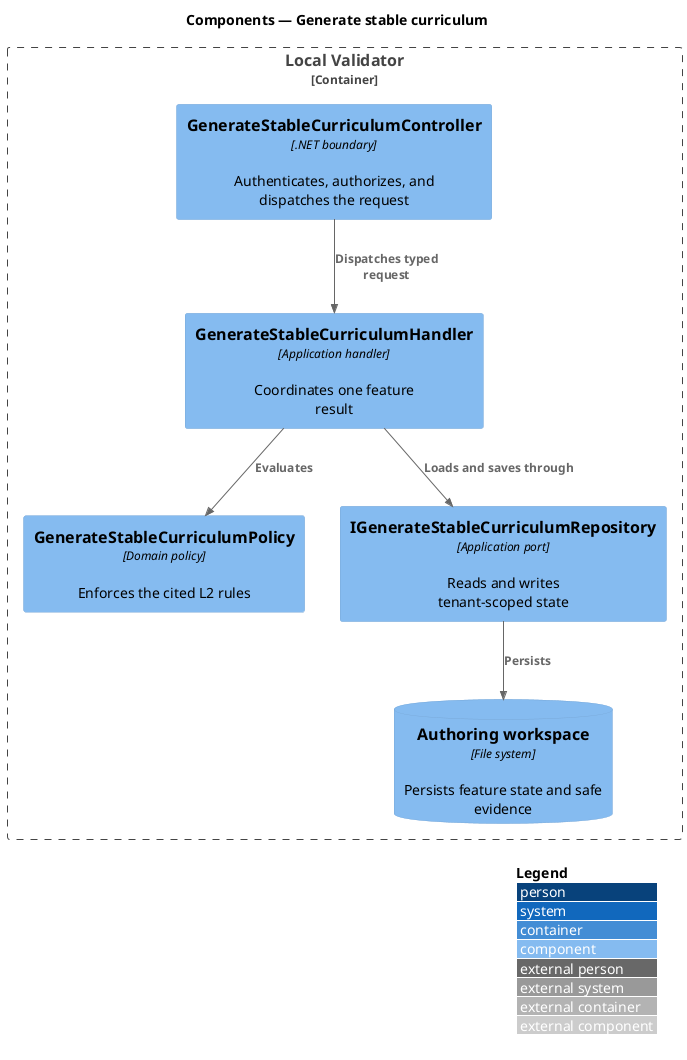
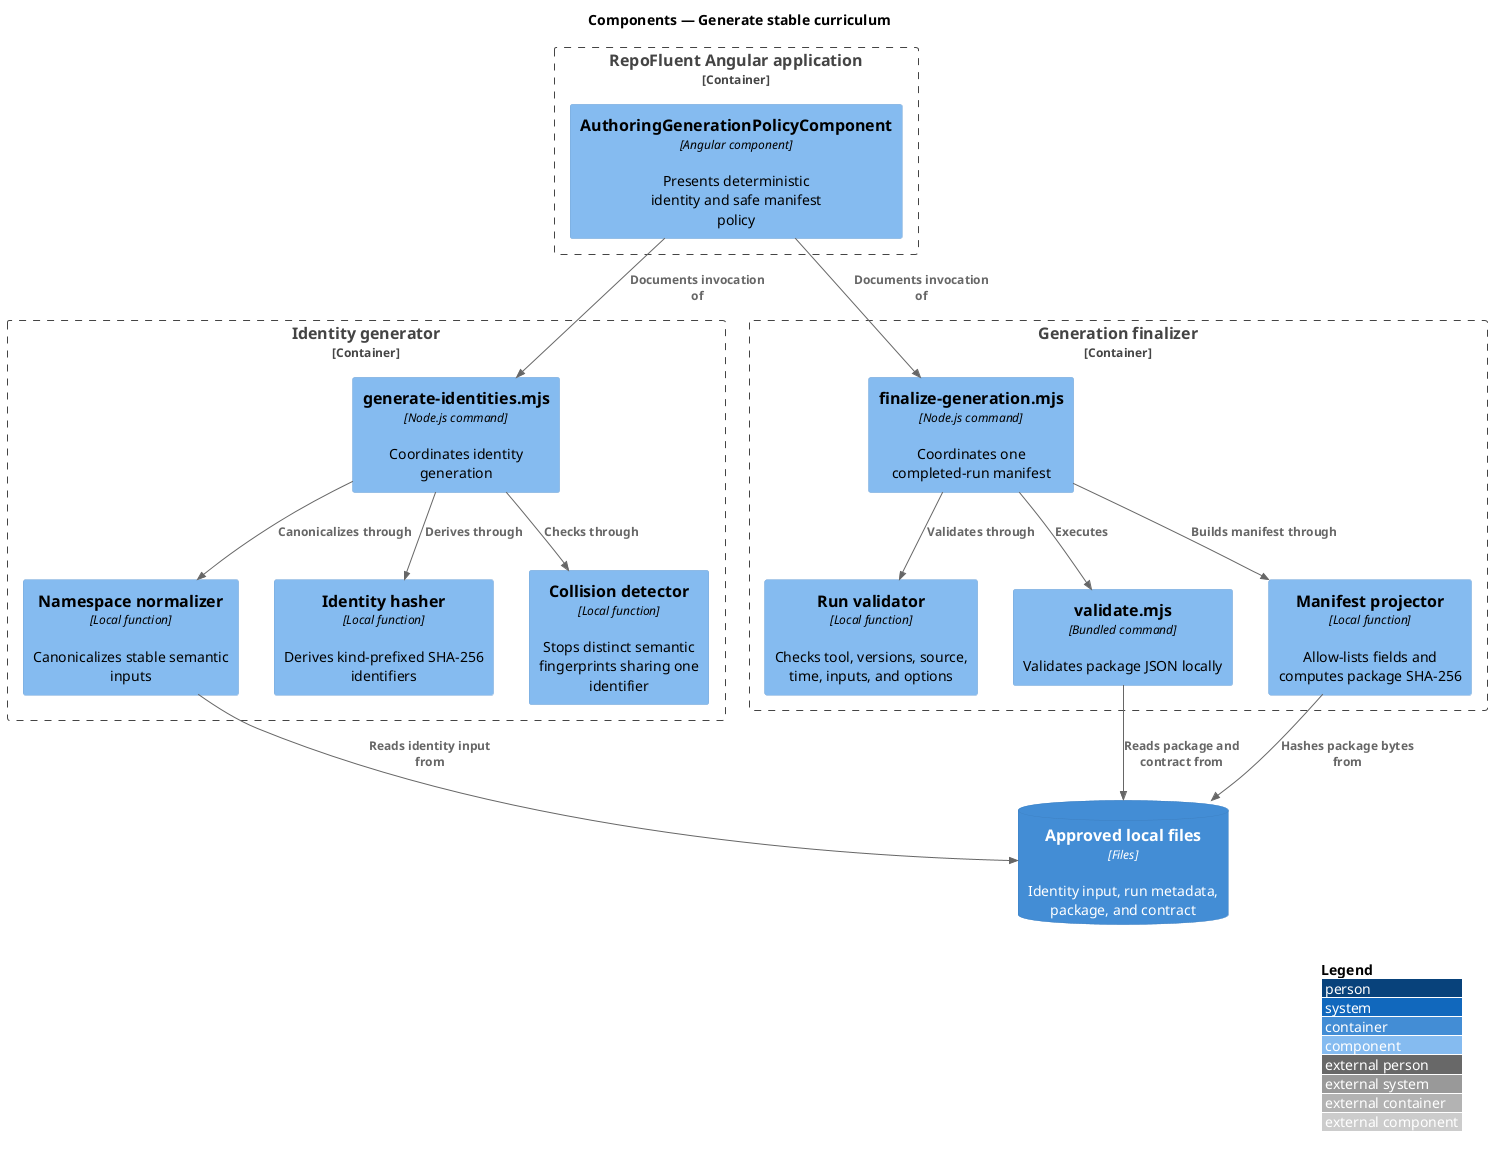
@startuml
!include <C4/C4_Component>
LAYOUT_WITH_LEGEND()
title Components — Generate stable curriculum

- Container_Boundary(api, "Local Validator") {
-   Component(controller, "GenerateStableCurriculumController", ".NET boundary", "Authenticates, authorizes, and dispatches the request")
-   Component(handler, "GenerateStableCurriculumHandler", "Application handler", "Coordinates one feature result")
-   Component(policy, "GenerateStableCurriculumPolicy", "Domain policy", "Enforces the cited L2 rules")
-   Component(repository, "IGenerateStableCurriculumRepository", "Application port", "Reads and writes tenant-scoped state")
-   ComponentDb(store, "Authoring workspace", "File system", "Persists feature state and safe evidence")
+ Container_Boundary(web, "RepoFluent Angular application") {
+   Component(policyView, "AuthoringGenerationPolicyComponent", "Angular component", "Presents deterministic identity and safe manifest policy")
}
+ Container_Boundary(identityCommand, "Identity generator") {
+   Component(identityEntry, "generate-identities.mjs", "Node.js command", "Coordinates identity generation")
+   Component(normalizer, "Namespace normalizer", "Local function", "Canonicalizes stable semantic inputs")
+   Component(hasher, "Identity hasher", "Local function", "Derives kind-prefixed SHA-256 identifiers")
+   Component(collision, "Collision detector", "Local function", "Stops distinct semantic fingerprints sharing one identifier")
+ }
+ Container_Boundary(finalizerCommand, "Generation finalizer") {
+   Component(finalizer, "finalize-generation.mjs", "Node.js command", "Coordinates one completed-run manifest")
+   Component(runValidator, "Run validator", "Local function", "Checks tool, versions, source, time, inputs, and options")
+   Component(packageValidator, "validate.mjs", "Bundled command", "Validates package JSON locally")
+   Component(projector, "Manifest projector", "Local function", "Allow-lists fields and computes package SHA-256")
+ }
+ ContainerDb(files, "Approved local files", "Files", "Identity input, run metadata, package, and contract")

- Rel(controller, handler, "Dispatches typed request")
- Rel(handler, policy, "Evaluates")
- Rel(handler, repository, "Loads and saves through")
- Rel(repository, store, "Persists")
+ Rel(policyView, identityEntry, "Documents invocation of")
+ Rel(policyView, finalizer, "Documents invocation of")
+ Rel(identityEntry, normalizer, "Canonicalizes through")
+ Rel(identityEntry, hasher, "Derives through")
+ Rel(identityEntry, collision, "Checks through")
+ Rel(normalizer, files, "Reads identity input from")
+ Rel(finalizer, runValidator, "Validates through")
+ Rel(finalizer, packageValidator, "Executes")
+ Rel(finalizer, projector, "Builds manifest through")
+ Rel(packageValidator, files, "Reads package and contract from")
+ Rel(projector, files, "Hashes package bytes from")
@enduml
